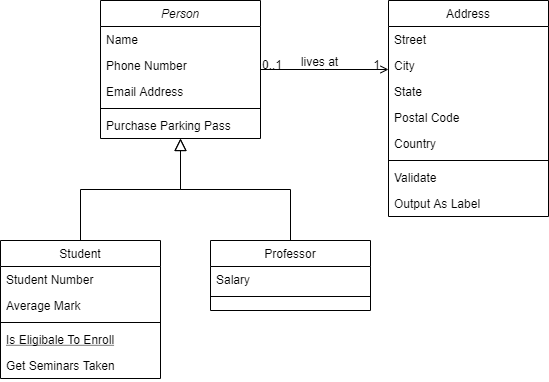
Before: Deliverables/Week_4/Class Diagram.png, a diagram exported from draw.io (Hanandrof/Group-3-Repository). Source tidied: cells renumbered, new cells last; positions are measured from the earlier drawing's top-left corner, leaving out a move shared by most shapes.
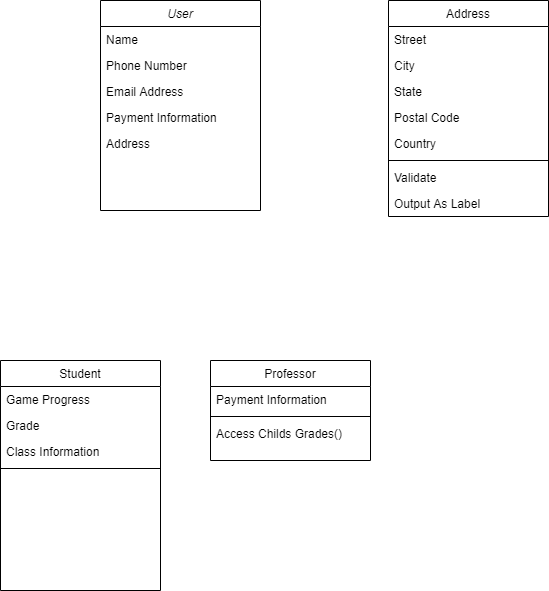
After the change.

Change to the diagram source:
```diff
@@ -2,8 +2,8 @@
   <root>
     <mxCell id="0" />
     <mxCell id="1" parent="0" />
-    <mxCell id="2" value="Person" style="swimlane;fontStyle=2;align=center;verticalAlign=top;horizontal=1;startSize=26;rounded=0;shadow=0;strokeWidth=1;" parent="1" vertex="1">
-      <mxGeometry x="100" width="160" height="138" as="geometry" />
+    <mxCell id="2" value="User" style="swimlane;fontStyle=2;align=center;verticalAlign=top;horizontal=1;startSize=26;rounded=0;shadow=0;strokeWidth=1;" parent="1" vertex="1">
+      <mxGeometry x="100" width="160" height="210" as="geometry" />
     </mxCell>
     <mxCell id="3" value="Name" style="text;align=left;verticalAlign=top;spacingLeft=4;spacingRight=4;overflow=hidden;" parent="2" vertex="1">
       <mxGeometry y="26" width="160" height="26" as="geometry" />
@@ -14,45 +14,39 @@
     <mxCell id="5" value="Email Address" style="text;align=left;verticalAlign=top;spacingLeft=4;spacingRight=4;overflow=hidden;rounded=0;shadow=0;html=0;" parent="2" vertex="1">
       <mxGeometry y="78" width="160" height="26" as="geometry" />
     </mxCell>
-    <mxCell id="6" style="line;html=1;strokeWidth=1;align=left;verticalAlign=middle;spacingTop=-1;spacingLeft=3;spacingRight=3;labelPosition=right;" parent="2" vertex="1">
-      <mxGeometry y="104" width="160" height="8" as="geometry" />
-    </mxCell>
-    <mxCell id="7" value="Purchase Parking Pass" style="text;align=left;verticalAlign=top;spacingLeft=4;spacingRight=4;overflow=hidden;" parent="2" vertex="1">
-      <mxGeometry y="112" width="160" height="26" as="geometry" />
-    </mxCell>
+    <mxCell id="32" value="Payment Information" style="text;align=left;verticalAlign=top;spacingLeft=4;spacingRight=4;overflow=hidden;rounded=0;shadow=0;html=0;" parent="2" vertex="1">
+      <mxGeometry y="104" width="160" height="26" as="geometry" />
+    </mxCell>
+    <mxCell id="33" value="Address" style="text;align=left;verticalAlign=top;spacingLeft=4;spacingRight=4;overflow=hidden;rounded=0;shadow=0;html=0;" parent="2" vertex="1">
+      <mxGeometry y="130" width="160" height="26" as="geometry" />
+    </mxCell>
     <mxCell id="8" value="Student" style="swimlane;fontStyle=0;align=center;verticalAlign=top;horizontal=1;startSize=26;rounded=0;shadow=0;strokeWidth=1;" parent="1" vertex="1">
-      <mxGeometry y="240" width="160" height="138" as="geometry" />
+      <mxGeometry y="360" width="160" height="230" as="geometry" />
     </mxCell>
-    <mxCell id="9" value="Student Number" style="text;align=left;verticalAlign=top;spacingLeft=4;spacingRight=4;overflow=hidden;" parent="8" vertex="1">
-      <mxGeometry y="26" width="160" height="26" as="geometry" />
-    </mxCell>
-    <mxCell id="10" value="Average Mark" style="text;align=left;verticalAlign=top;spacingLeft=4;spacingRight=4;overflow=hidden;rounded=0;shadow=0;html=0;" parent="8" vertex="1">
-      <mxGeometry y="52" width="160" height="26" as="geometry" />
+    <mxCell id="10" value="Game Progress" style="text;align=left;verticalAlign=top;spacingLeft=4;spacingRight=4;overflow=hidden;rounded=0;shadow=0;html=0;" parent="8" vertex="1">
+      <mxGeometry y="26" width="160" height="26" as="geometry" />
     </mxCell>
+    <mxCell id="34" value="Grade" style="text;align=left;verticalAlign=top;spacingLeft=4;spacingRight=4;overflow=hidden;rounded=0;shadow=0;html=0;" parent="8" vertex="1">
+      <mxGeometry y="52" width="160" height="26" as="geometry" />
+    </mxCell>
+    <mxCell id="35" value="Class Information" style="text;align=left;verticalAlign=top;spacingLeft=4;spacingRight=4;overflow=hidden;rounded=0;shadow=0;html=0;" parent="8" vertex="1">
+      <mxGeometry y="78" width="160" height="26" as="geometry" />
+    </mxCell>
     <mxCell id="11" style="line;html=1;strokeWidth=1;align=left;verticalAlign=middle;spacingTop=-1;spacingLeft=3;spacingRight=3;labelPosition=right;" parent="8" vertex="1">
-      <mxGeometry y="78" width="160" height="8" as="geometry" />
+      <mxGeometry y="104" width="160" height="8" as="geometry" />
     </mxCell>
-    <mxCell id="12" value="Is Eligibale To Enroll" style="text;align=left;verticalAlign=top;spacingLeft=4;spacingRight=4;overflow=hidden;fontStyle=4;" parent="8" vertex="1">
-      <mxGeometry y="86" width="160" height="26" as="geometry" />
-    </mxCell>
-    <mxCell id="13" value="Get Seminars Taken" style="text;align=left;verticalAlign=top;spacingLeft=4;spacingRight=4;overflow=hidden;" parent="8" vertex="1">
-      <mxGeometry y="112" width="160" height="26" as="geometry" />
-    </mxCell>
-    <mxCell id="14" style="endArrow=block;endSize=10;endFill=0;shadow=0;strokeWidth=1;rounded=0;edgeStyle=elbowEdgeStyle;elbow=vertical;" parent="1" edge="1" source="8" target="2">
-      <mxGeometry relative="1" as="geometry" />
-    </mxCell>
     <mxCell id="15" value="Professor" style="swimlane;fontStyle=0;align=center;verticalAlign=top;horizontal=1;startSize=26;rounded=0;shadow=0;strokeWidth=1;" parent="1" vertex="1">
-      <mxGeometry x="210" y="240" width="160" height="70" as="geometry" />
+      <mxGeometry x="210" y="360" width="160" height="100" as="geometry" />
     </mxCell>
-    <mxCell id="16" value="Salary" style="text;align=left;verticalAlign=top;spacingLeft=4;spacingRight=4;overflow=hidden;" parent="15" vertex="1">
+    <mxCell id="16" value="Payment Information" style="text;align=left;verticalAlign=top;spacingLeft=4;spacingRight=4;overflow=hidden;" parent="15" vertex="1">
       <mxGeometry y="26" width="160" height="26" as="geometry" />
     </mxCell>
     <mxCell id="17" style="line;html=1;strokeWidth=1;align=left;verticalAlign=middle;spacingTop=-1;spacingLeft=3;spacingRight=3;labelPosition=right;" parent="15" vertex="1">
       <mxGeometry y="52" width="160" height="8" as="geometry" />
     </mxCell>
-    <mxCell id="18" style="endArrow=block;endSize=10;endFill=0;shadow=0;strokeWidth=1;rounded=0;edgeStyle=elbowEdgeStyle;elbow=vertical;" parent="1" edge="1" source="15" target="2">
-      <mxGeometry relative="1" as="geometry" />
-    </mxCell>
+    <mxCell id="36" value="Access Childs Grades()" style="text;align=left;verticalAlign=top;spacingLeft=4;spacingRight=4;overflow=hidden;" parent="15" vertex="1">
+      <mxGeometry y="60" width="160" height="26" as="geometry" />
+    </mxCell>
     <mxCell id="19" value="Address" style="swimlane;fontStyle=0;align=center;verticalAlign=top;horizontal=1;startSize=26;rounded=0;shadow=0;strokeWidth=1;" parent="1" vertex="1">
       <mxGeometry x="388" width="160" height="216" as="geometry" />
     </mxCell>
@@ -80,25 +74,5 @@
     <mxCell id="27" value="Output As Label" style="text;align=left;verticalAlign=top;spacingLeft=4;spacingRight=4;overflow=hidden;" parent="19" vertex="1">
       <mxGeometry y="190" width="160" height="26" as="geometry" />
     </mxCell>
-    <mxCell id="28" style="endArrow=open;shadow=0;strokeWidth=1;rounded=0;endFill=1;edgeStyle=elbowEdgeStyle;elbow=vertical;" parent="1" edge="1" source="2" target="19">
-      <mxGeometry x="0.5" y="41" relative="1" as="geometry">
-        <mxPoint x="-40" y="32" as="offset" />
-      </mxGeometry>
-    </mxCell>
-    <mxCell id="29" value="0..1" style="align=left;verticalAlign=bottom;labelBackgroundColor=none;fontSize=12;" parent="28" vertex="1">
-      <mxGeometry x="-1" relative="1" as="geometry">
-        <mxPoint y="4" as="offset" />
-      </mxGeometry>
-    </mxCell>
-    <mxCell id="30" value="1" style="align=right;verticalAlign=bottom;labelBackgroundColor=none;fontSize=12;" parent="28" vertex="1">
-      <mxGeometry x="1" relative="1" as="geometry">
-        <mxPoint x="-7" y="4" as="offset" />
-      </mxGeometry>
-    </mxCell>
-    <mxCell id="31" value="lives at" style="text;html=1;align=center;verticalAlign=middle;labelBackgroundColor=none;rounded=0;shadow=0;strokeWidth=1;fontSize=12;" parent="28" vertex="1">
-      <mxGeometry x="0.5" y="49" relative="1" as="geometry">
-        <mxPoint x="-38" y="40" as="offset" />
-      </mxGeometry>
-    </mxCell>
   </root>
 </mxGraphModel>
```
